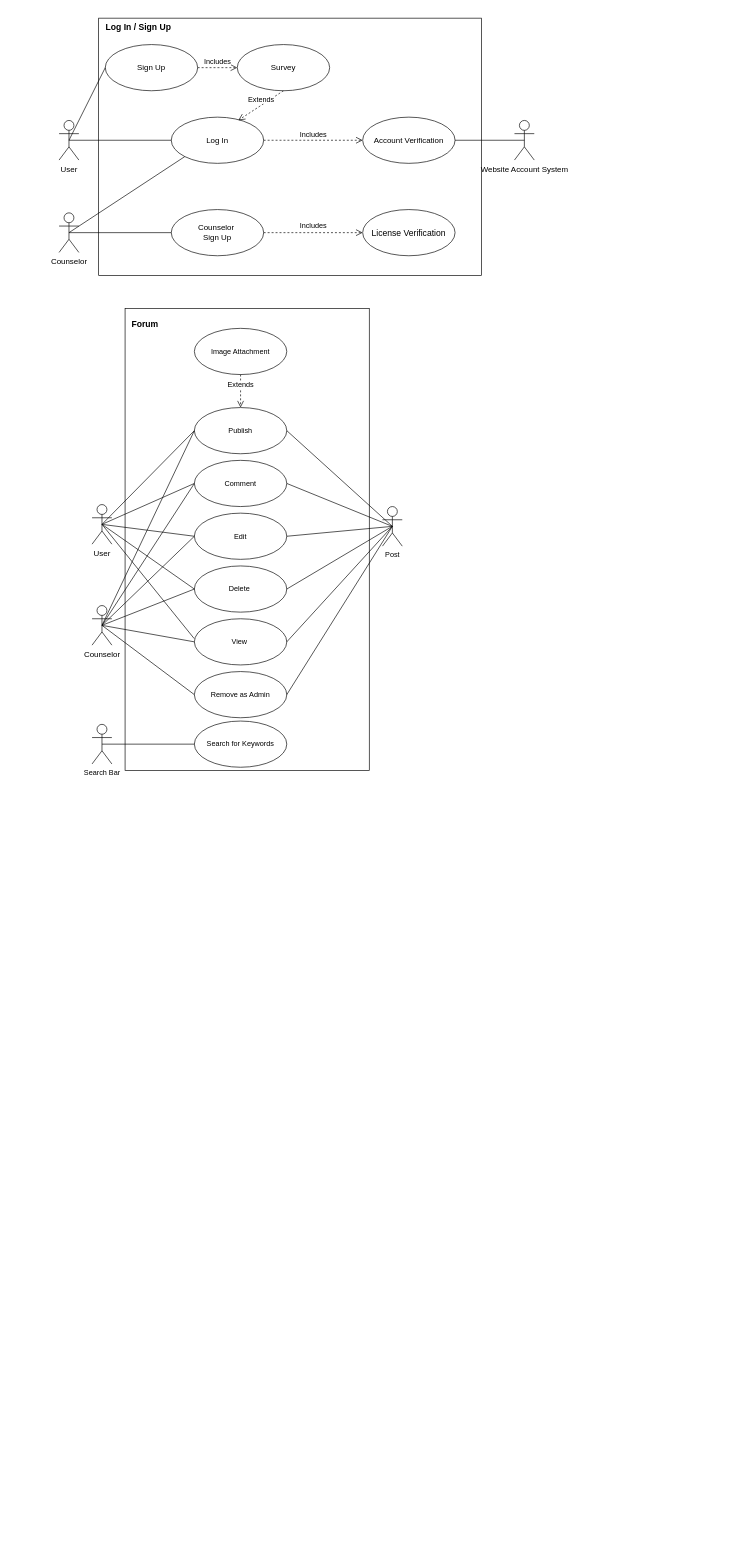
This is Untitled Diagram.drawio from EliezerOng/CZ2006-Web-Devz, a draw.io file, before an edit. Source tidied: cells renumbered, new cells numbered last; positions are measured from the earlier drawing's top-left corner, leaving out a move shared by most shapes. Both pictures are drawn from the tidied source at 66%, with x=0, y=0 at pixel (59, 11).
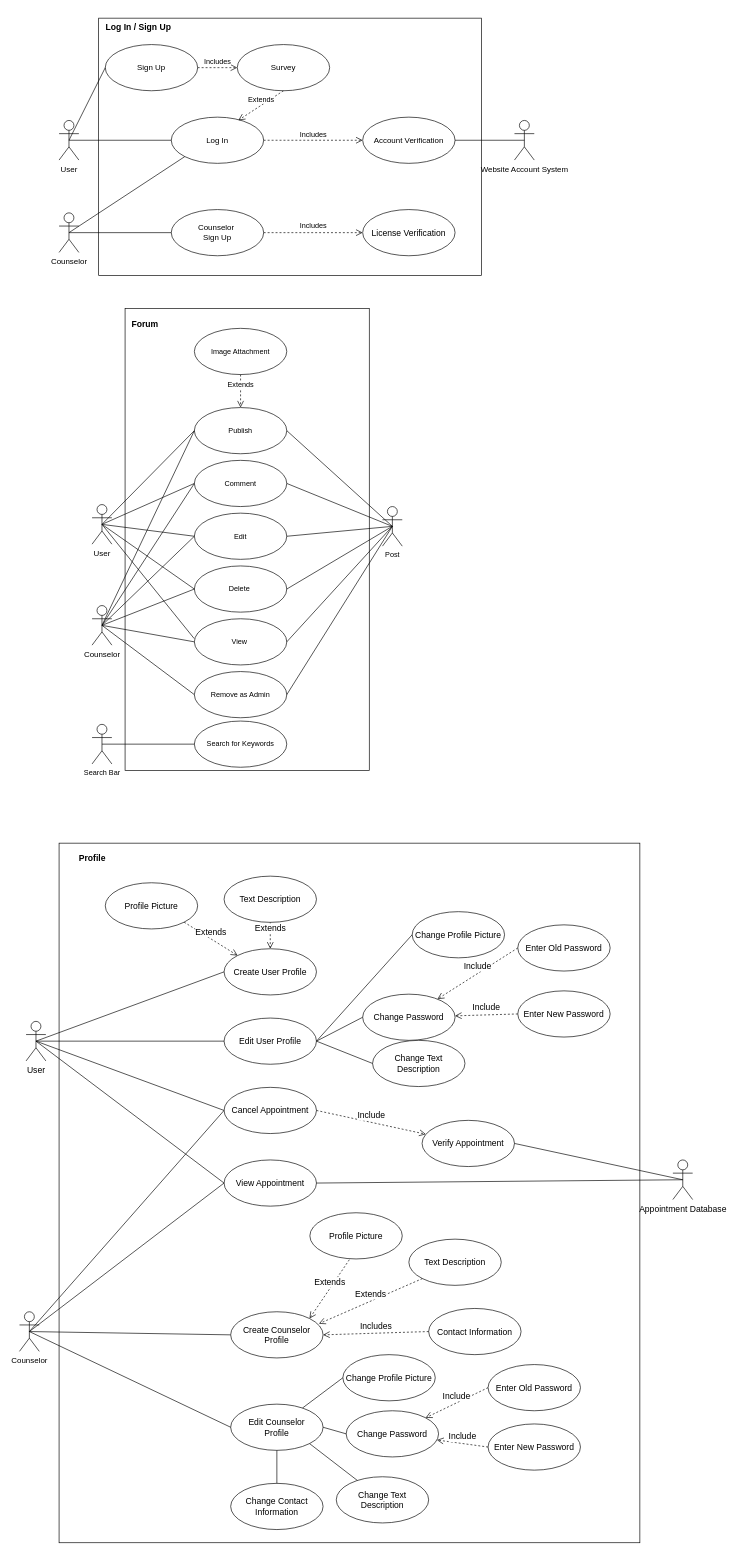
The same page after the edit.

Change to the diagram source:
```diff
@@
+    <mxCell id="55" style="rounded=0;whiteSpace=wrap;html=1;fontSize=13;" parent="1" vertex="1">
+      <mxGeometry y="1260" width="880" height="1060" as="geometry" />
+    </mxCell>
@@
+    <mxCell id="56" value="User" style="shape=umlActor;verticalLabelPosition=bottom;verticalAlign=top;html=1;fontSize=13;" parent="1" vertex="1">
+      <mxGeometry x="-50" y="1530" width="30" height="60" as="geometry" />
+    </mxCell>
+    <mxCell id="57" value="Counselor" style="shape=umlActor;verticalLabelPosition=bottom;verticalAlign=top;html=1;outlineConnect=0;" parent="1" vertex="1">
+      <mxGeometry x="-60" y="1970" width="30" height="60" as="geometry" />
+    </mxCell>
+    <mxCell id="58" value="Create User Profile" style="ellipse;whiteSpace=wrap;html=1;fontSize=13;" parent="1" vertex="1">
+      <mxGeometry x="250" y="1420" width="140" height="70" as="geometry" />
+    </mxCell>
+    <mxCell id="59" style="endArrow=none;html=1;rounded=0;fontSize=13;exitX=0.5;exitY=0.5;exitDx=0;exitDy=0;exitPerimeter=0;entryX=0;entryY=0.5;entryDx=0;entryDy=0;" parent="1" edge="1" source="56" target="58">
+      <mxGeometry relative="1" as="geometry" />
+    </mxCell>
+    <mxCell id="60" value="Profile Picture" style="ellipse;whiteSpace=wrap;html=1;fontSize=13;" parent="1" vertex="1">
+      <mxGeometry x="70" y="1320" width="140" height="70" as="geometry" />
+    </mxCell>
+    <mxCell id="61" value="Extends" style="html=1;verticalAlign=bottom;endArrow=open;dashed=1;endSize=8;rounded=0;fontSize=13;entryX=0;entryY=0;entryDx=0;entryDy=0;exitX=1;exitY=1;exitDx=0;exitDy=0;" parent="1" edge="1" source="60" target="58">
+      <mxGeometry relative="1" as="geometry" />
+    </mxCell>
+    <mxCell id="62" value="Text Description" style="ellipse;whiteSpace=wrap;html=1;fontSize=13;" parent="1" vertex="1">
+      <mxGeometry x="250" y="1310" width="140" height="70" as="geometry" />
+    </mxCell>
+    <mxCell id="63" value="Extends" style="html=1;verticalAlign=bottom;endArrow=open;dashed=1;endSize=8;rounded=0;fontSize=13;entryX=0.5;entryY=0;entryDx=0;entryDy=0;exitX=0.5;exitY=1;exitDx=0;exitDy=0;" parent="1" edge="1" source="62" target="58">
+      <mxGeometry relative="1" as="geometry" />
+    </mxCell>
+    <mxCell id="64" value="Edit User Profile" style="ellipse;whiteSpace=wrap;html=1;fontSize=13;" parent="1" vertex="1">
+      <mxGeometry x="250" y="1525" width="140" height="70" as="geometry" />
+    </mxCell>
+    <mxCell id="65" style="endArrow=none;html=1;rounded=0;fontSize=13;exitX=0.5;exitY=0.5;exitDx=0;exitDy=0;exitPerimeter=0;entryX=0;entryY=0.5;entryDx=0;entryDy=0;" parent="1" edge="1" source="56" target="64">
+      <mxGeometry relative="1" as="geometry" />
+    </mxCell>
+    <mxCell id="66" value="Include" style="html=1;verticalAlign=bottom;endArrow=open;dashed=1;endSize=8;rounded=0;fontSize=13;exitX=0;exitY=0.5;exitDx=0;exitDy=0;" parent="1" edge="1" source="67" target="80">
+      <mxGeometry relative="1" as="geometry" />
+    </mxCell>
+    <mxCell id="67" value="Enter Old Password" style="ellipse;whiteSpace=wrap;html=1;fontSize=13;" parent="1" vertex="1">
+      <mxGeometry x="695" y="1383.8" width="140" height="70" as="geometry" />
+    </mxCell>
+    <mxCell id="68" value="Include" style="html=1;verticalAlign=bottom;endArrow=open;dashed=1;endSize=8;rounded=0;fontSize=13;exitX=0;exitY=0.5;exitDx=0;exitDy=0;" parent="1" edge="1" source="69" target="80">
+      <mxGeometry relative="1" as="geometry" />
+    </mxCell>
+    <mxCell id="69" value="Enter New Password" style="ellipse;whiteSpace=wrap;html=1;fontSize=13;" parent="1" vertex="1">
+      <mxGeometry x="695" y="1483.8" width="140" height="70" as="geometry" />
+    </mxCell>
+    <mxCell id="70" value="Cancel Appointment" style="ellipse;whiteSpace=wrap;html=1;fontSize=13;" parent="1" vertex="1">
+      <mxGeometry x="250" y="1630" width="140" height="70" as="geometry" />
+    </mxCell>
+    <mxCell id="71" value="View Appointment" style="ellipse;whiteSpace=wrap;html=1;fontSize=13;" parent="1" vertex="1">
+      <mxGeometry x="250" y="1740" width="140" height="70" as="geometry" />
+    </mxCell>
+    <mxCell id="72" style="endArrow=none;html=1;rounded=0;fontSize=13;exitX=0.5;exitY=0.5;exitDx=0;exitDy=0;exitPerimeter=0;entryX=0;entryY=0.5;entryDx=0;entryDy=0;" parent="1" edge="1" source="56" target="70">
+      <mxGeometry relative="1" as="geometry" />
+    </mxCell>
+    <mxCell id="73" style="endArrow=none;html=1;rounded=0;fontSize=13;exitX=0.5;exitY=0.5;exitDx=0;exitDy=0;exitPerimeter=0;entryX=0;entryY=0.5;entryDx=0;entryDy=0;" parent="1" edge="1" source="56" target="71">
+      <mxGeometry relative="1" as="geometry" />
+    </mxCell>
+    <mxCell id="74" value="Include" style="html=1;verticalAlign=bottom;endArrow=open;dashed=1;endSize=8;rounded=0;fontSize=13;exitX=1;exitY=0.5;exitDx=0;exitDy=0;" parent="1" edge="1" source="70" target="75">
+      <mxGeometry relative="1" as="geometry" />
+    </mxCell>
+    <mxCell id="75" value="Verify Appointment" style="ellipse;whiteSpace=wrap;html=1;fontSize=13;" parent="1" vertex="1">
+      <mxGeometry x="550" y="1680" width="140" height="70" as="geometry" />
+    </mxCell>
+    <mxCell id="76" value="Appointment Database" style="shape=umlActor;verticalLabelPosition=bottom;verticalAlign=top;html=1;fontSize=13;" parent="1" vertex="1">
+      <mxGeometry x="930" y="1740" width="30" height="60" as="geometry" />
+    </mxCell>
+    <mxCell id="77" style="endArrow=none;html=1;rounded=0;fontSize=13;entryX=0.5;entryY=0.5;entryDx=0;entryDy=0;entryPerimeter=0;exitX=1;exitY=0.5;exitDx=0;exitDy=0;" parent="1" edge="1" source="75" target="76">
+      <mxGeometry relative="1" as="geometry" />
+    </mxCell>
+    <mxCell id="78" value="Change Profile Picture" style="ellipse;whiteSpace=wrap;html=1;fontSize=13;" parent="1" vertex="1">
+      <mxGeometry x="535" y="1363.8" width="140" height="70" as="geometry" />
+    </mxCell>
+    <mxCell id="79" style="endArrow=none;html=1;rounded=0;fontSize=13;exitX=1;exitY=0.5;exitDx=0;exitDy=0;entryX=0;entryY=0.5;entryDx=0;entryDy=0;" parent="1" edge="1" source="64" target="78">
+      <mxGeometry relative="1" as="geometry" />
+    </mxCell>
+    <mxCell id="80" value="Change Password" style="ellipse;whiteSpace=wrap;html=1;fontSize=13;" parent="1" vertex="1">
+      <mxGeometry x="460" y="1488.8" width="140" height="70" as="geometry" />
+    </mxCell>
+    <mxCell id="81" style="endArrow=none;html=1;rounded=0;fontSize=13;entryX=0;entryY=0.5;entryDx=0;entryDy=0;" parent="1" edge="1" target="80">
+      <mxGeometry relative="1" as="geometry">
+        <mxPoint x="390" y="1560" as="sourcePoint" />
+      </mxGeometry>
+    </mxCell>
+    <mxCell id="82" value="Change Text Description" style="ellipse;whiteSpace=wrap;html=1;fontSize=13;" parent="1" vertex="1">
+      <mxGeometry x="475" y="1558.8" width="140" height="70" as="geometry" />
+    </mxCell>
+    <mxCell id="83" style="endArrow=none;html=1;rounded=0;fontSize=13;exitX=1;exitY=0.5;exitDx=0;exitDy=0;entryX=0;entryY=0.5;entryDx=0;entryDy=0;" parent="1" edge="1" source="64" target="82">
+      <mxGeometry relative="1" as="geometry" />
+    </mxCell>
+    <mxCell id="84" style="edgeStyle=orthogonalEdgeStyle;rounded=0;orthogonalLoop=1;jettySize=auto;html=1;exitX=0.5;exitY=1;exitDx=0;exitDy=0;fontSize=13;" parent="1" edge="1" source="82" target="82">
+      <mxGeometry relative="1" as="geometry" />
+    </mxCell>
+    <mxCell id="85" style="endArrow=none;html=1;rounded=0;fontSize=13;exitX=1;exitY=0.5;exitDx=0;exitDy=0;entryX=0.5;entryY=0.5;entryDx=0;entryDy=0;entryPerimeter=0;" parent="1" edge="1" source="71" target="76">
+      <mxGeometry relative="1" as="geometry" />
+    </mxCell>
+    <mxCell id="86" style="endArrow=none;html=1;rounded=0;fontSize=13;exitX=0.5;exitY=0.5;exitDx=0;exitDy=0;exitPerimeter=0;entryX=0;entryY=0.5;entryDx=0;entryDy=0;" parent="1" edge="1" source="57" target="87">
+      <mxGeometry relative="1" as="geometry" />
+    </mxCell>
+    <mxCell id="87" value="Create Counselor Profile" style="ellipse;whiteSpace=wrap;html=1;fontSize=13;" parent="1" vertex="1">
+      <mxGeometry x="260" y="1970" width="140" height="70" as="geometry" />
+    </mxCell>
+    <mxCell id="88" value="Profile Picture" style="ellipse;whiteSpace=wrap;html=1;fontSize=13;" parent="1" vertex="1">
+      <mxGeometry x="380" y="1820" width="140" height="70" as="geometry" />
+    </mxCell>
+    <mxCell id="89" value="Extends" style="html=1;verticalAlign=bottom;endArrow=open;dashed=1;endSize=8;rounded=0;fontSize=13;entryX=1;entryY=0;entryDx=0;entryDy=0;exitX=0.427;exitY=1.017;exitDx=0;exitDy=0;exitPerimeter=0;" parent="1" edge="1" source="88" target="87">
+      <mxGeometry relative="1" as="geometry" />
+    </mxCell>
+    <mxCell id="90" value="Text Description" style="ellipse;whiteSpace=wrap;html=1;fontSize=13;" parent="1" vertex="1">
+      <mxGeometry x="530" y="1860" width="140" height="70" as="geometry" />
+    </mxCell>
+    <mxCell id="91" value="Extends" style="html=1;verticalAlign=bottom;endArrow=open;dashed=1;endSize=8;rounded=0;fontSize=13;exitX=0;exitY=1;exitDx=0;exitDy=0;entryX=0.955;entryY=0.259;entryDx=0;entryDy=0;entryPerimeter=0;" parent="1" edge="1" source="90" target="87">
+      <mxGeometry relative="1" as="geometry" />
+    </mxCell>
+    <mxCell id="92" value="Contact Information" style="ellipse;whiteSpace=wrap;html=1;fontSize=13;" parent="1" vertex="1">
+      <mxGeometry x="560" y="1965" width="140" height="70" as="geometry" />
+    </mxCell>
+    <mxCell id="93" value="Includes" style="html=1;verticalAlign=bottom;endArrow=open;dashed=1;endSize=8;rounded=0;fontSize=13;exitX=0;exitY=0.5;exitDx=0;exitDy=0;entryX=1;entryY=0.5;entryDx=0;entryDy=0;" parent="1" edge="1" source="92" target="87">
+      <mxGeometry relative="1" as="geometry" />
+    </mxCell>
+    <mxCell id="94" value="Include" style="html=1;verticalAlign=bottom;endArrow=open;dashed=1;endSize=8;rounded=0;fontSize=13;exitX=0;exitY=0.5;exitDx=0;exitDy=0;" parent="1" edge="1" source="95" target="99">
+      <mxGeometry relative="1" as="geometry" />
+    </mxCell>
+    <mxCell id="95" value="Enter Old Password" style="ellipse;whiteSpace=wrap;html=1;fontSize=13;" parent="1" vertex="1">
+      <mxGeometry x="650" y="2050" width="140" height="70" as="geometry" />
+    </mxCell>
+    <mxCell id="96" value="Include" style="html=1;verticalAlign=bottom;endArrow=open;dashed=1;endSize=8;rounded=0;fontSize=13;exitX=0;exitY=0.5;exitDx=0;exitDy=0;" parent="1" edge="1" source="97" target="99">
+      <mxGeometry relative="1" as="geometry" />
+    </mxCell>
+    <mxCell id="97" value="Enter New Password" style="ellipse;whiteSpace=wrap;html=1;fontSize=13;" parent="1" vertex="1">
+      <mxGeometry x="650" y="2140" width="140" height="70" as="geometry" />
+    </mxCell>
+    <mxCell id="98" value="Change Profile Picture" style="ellipse;whiteSpace=wrap;html=1;fontSize=13;" parent="1" vertex="1">
+      <mxGeometry x="430" y="2035" width="140" height="70" as="geometry" />
+    </mxCell>
+    <mxCell id="99" value="Change Password" style="ellipse;whiteSpace=wrap;html=1;fontSize=13;" parent="1" vertex="1">
+      <mxGeometry x="435" y="2120" width="140" height="70" as="geometry" />
+    </mxCell>
+    <mxCell id="100" value="Change Text Description" style="ellipse;whiteSpace=wrap;html=1;fontSize=13;" parent="1" vertex="1">
+      <mxGeometry x="420" y="2220" width="140" height="70" as="geometry" />
+    </mxCell>
+    <mxCell id="101" style="edgeStyle=orthogonalEdgeStyle;rounded=0;orthogonalLoop=1;jettySize=auto;html=1;exitX=0.5;exitY=1;exitDx=0;exitDy=0;fontSize=13;" parent="1" edge="1" source="100" target="100">
+      <mxGeometry relative="1" as="geometry" />
+    </mxCell>
+    <mxCell id="102" value="Edit Counselor&lt;br&gt;Profile" style="ellipse;whiteSpace=wrap;html=1;fontSize=13;" parent="1" vertex="1">
+      <mxGeometry x="260" y="2110" width="140" height="70" as="geometry" />
+    </mxCell>
+    <mxCell id="103" style="endArrow=none;html=1;rounded=0;fontSize=13;exitX=0.5;exitY=0.5;exitDx=0;exitDy=0;exitPerimeter=0;entryX=0;entryY=0.5;entryDx=0;entryDy=0;" parent="1" edge="1" source="57" target="102">
+      <mxGeometry relative="1" as="geometry" />
+    </mxCell>
+    <mxCell id="104" style="endArrow=none;html=1;rounded=0;fontSize=13;exitX=0;exitY=0.5;exitDx=0;exitDy=0;" parent="1" edge="1" source="98" target="102">
+      <mxGeometry relative="1" as="geometry" />
+    </mxCell>
+    <mxCell id="105" style="endArrow=none;html=1;rounded=0;fontSize=13;exitX=1;exitY=0.5;exitDx=0;exitDy=0;entryX=0;entryY=0.5;entryDx=0;entryDy=0;" parent="1" edge="1" source="102" target="99">
+      <mxGeometry relative="1" as="geometry" />
+    </mxCell>
+    <mxCell id="106" style="endArrow=none;html=1;rounded=0;fontSize=13;exitX=1;exitY=1;exitDx=0;exitDy=0;" parent="1" edge="1" source="102" target="100">
+      <mxGeometry relative="1" as="geometry" />
+    </mxCell>
+    <mxCell id="107" value="Change Contact Information" style="ellipse;whiteSpace=wrap;html=1;fontSize=13;" parent="1" vertex="1">
+      <mxGeometry x="260" y="2230" width="140" height="70" as="geometry" />
+    </mxCell>
+    <mxCell id="108" style="endArrow=none;html=1;rounded=0;fontSize=13;exitX=0.5;exitY=1;exitDx=0;exitDy=0;entryX=0.5;entryY=0;entryDx=0;entryDy=0;" parent="1" edge="1" source="102" target="107">
+      <mxGeometry relative="1" as="geometry" />
+    </mxCell>
+    <mxCell id="109" style="endArrow=none;html=1;rounded=0;fontSize=13;exitX=0.5;exitY=0.5;exitDx=0;exitDy=0;exitPerimeter=0;entryX=0;entryY=0.5;entryDx=0;entryDy=0;" parent="1" edge="1" source="57" target="70">
+      <mxGeometry relative="1" as="geometry" />
+    </mxCell>
+    <mxCell id="110" style="endArrow=none;html=1;rounded=0;fontSize=13;exitX=0.5;exitY=0.5;exitDx=0;exitDy=0;exitPerimeter=0;entryX=0;entryY=0.5;entryDx=0;entryDy=0;" parent="1" edge="1" source="57" target="71">
+      <mxGeometry relative="1" as="geometry" />
+    </mxCell>
+    <mxCell id="111" value="&lt;font style=&quot;font-size: 13px&quot;&gt;Profile&lt;/font&gt;" style="text;strokeColor=none;fillColor=none;html=1;fontSize=24;fontStyle=1;verticalAlign=middle;align=center;" parent="1" vertex="1">
+      <mxGeometry y="1260" width="100" height="40" as="geometry" />
+    </mxCell>
```
